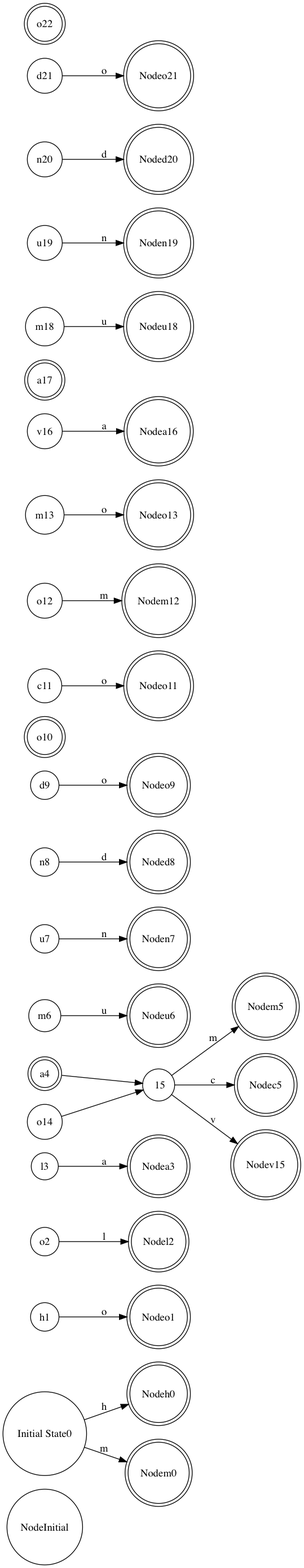
Before: dfa.png, a diagram exported from Graphviz (NicolasMoreno/MateDiscreta). Its source is kept beside it as dfa.dot.
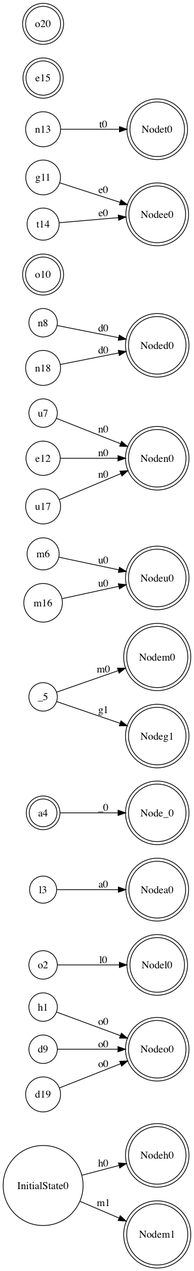
After the change.

Diff of the diagram source:
```diff
@@ -1,48 +1,44 @@
 digraph {
 	 rankdir = "LR";
-	 node [shape=circle] NodeInitial State0 [label ="Initial State0"];
+	 node [shape=circle] NodeInitialState0 [label ="InitialState0"];
 	 node [shape=circle] Nodeh1 [label ="h1"];
 	 node [shape=circle] Nodeo2 [label ="o2"];
 	 node [shape=circle] Nodel3 [label ="l3"];
 	 node [shape=doublecircle] Nodea4 [label ="a4"];
-	 node [shape=circle] Node_ [label =" 5"];
+	 node [shape=circle] Node_5 [label ="_5"];
 	 node [shape=circle] Nodem6 [label ="m6"];
 	 node [shape=circle] Nodeu7 [label ="u7"];
 	 node [shape=circle] Noden8 [label ="n8"];
 	 node [shape=circle] Noded9 [label ="d9"];
 	 node [shape=doublecircle] Nodeo10 [label ="o10"];
-	 node [shape=circle] Nodec11 [label ="c11"];
-	 node [shape=circle] Nodeo12 [label ="o12"];
-	 node [shape=circle] Nodem13 [label ="m13"];
-	 node [shape=circle] Nodeo14 [label ="o14"];
-	 node [shape=circle] Node_ [label =" 15"];
-	 node [shape=circle] Nodev16 [label ="v16"];
-	 node [shape=doublecircle] Nodea17 [label ="a17"];
-	 node [shape=circle] Nodem18 [label ="m18"];
-	 node [shape=circle] Nodeu19 [label ="u19"];
-	 node [shape=circle] Noden20 [label ="n20"];
-	 node [shape=circle] Noded21 [label ="d21"];
-	 node [shape=doublecircle] Nodeo22 [label ="o22"];
-	 NodeInitial State0 -> Nodeh0[label="h"];
-	 NodeInitial State0 -> Nodem0[label="m"];
-	 Nodeh1 -> Nodeo1[label="o"];
-	 Nodeo2 -> Nodel2[label="l"];
-	 Nodel3 -> Nodea3[label="a"];
-	 Nodea4 -> Node_[label=" "];
-	 Node_ -> Nodem5[label="m"];
-	 Node_ -> Nodec5[label="c"];
-	 Nodem6 -> Nodeu6[label="u"];
-	 Nodeu7 -> Noden7[label="n"];
-	 Noden8 -> Noded8[label="d"];
-	 Noded9 -> Nodeo9[label="o"];
-	 Nodec11 -> Nodeo11[label="o"];
-	 Nodeo12 -> Nodem12[label="m"];
-	 Nodem13 -> Nodeo13[label="o"];
-	 Nodeo14 -> Node_[label=" "];
-	 Node_ -> Nodev15[label="v"];
-	 Nodev16 -> Nodea16[label="a"];
-	 Nodem18 -> Nodeu18[label="u"];
-	 Nodeu19 -> Noden19[label="n"];
-	 Noden20 -> Noded20[label="d"];
-	 Noded21 -> Nodeo21[label="o"];
+	 node [shape=circle] Nodeg11 [label ="g11"];
+	 node [shape=circle] Nodee12 [label ="e12"];
+	 node [shape=circle] Noden13 [label ="n13"];
+	 node [shape=circle] Nodet14 [label ="t14"];
+	 node [shape=doublecircle] Nodee15 [label ="e15"];
+	 node [shape=circle] Nodem16 [label ="m16"];
+	 node [shape=circle] Nodeu17 [label ="u17"];
+	 node [shape=circle] Noden18 [label ="n18"];
+	 node [shape=circle] Noded19 [label ="d19"];
+	 node [shape=doublecircle] Nodeo20 [label ="o20"];
+	 NodeInitialState0 -> Nodeh0[label="h0"];
+	 NodeInitialState0 -> Nodem1[label="m1"];
+	 Nodeh1 -> Nodeo0[label="o0"];
+	 Nodeo2 -> Nodel0[label="l0"];
+	 Nodel3 -> Nodea0[label="a0"];
+	 Nodea4 -> Node_0[label="_0"];
+	 Node_5 -> Nodem0[label="m0"];
+	 Node_5 -> Nodeg1[label="g1"];
+	 Nodem6 -> Nodeu0[label="u0"];
+	 Nodeu7 -> Noden0[label="n0"];
+	 Noden8 -> Noded0[label="d0"];
+	 Noded9 -> Nodeo0[label="o0"];
+	 Nodeg11 -> Nodee0[label="e0"];
+	 Nodee12 -> Noden0[label="n0"];
+	 Noden13 -> Nodet0[label="t0"];
+	 Nodet14 -> Nodee0[label="e0"];
+	 Nodem16 -> Nodeu0[label="u0"];
+	 Nodeu17 -> Noden0[label="n0"];
+	 Noden18 -> Noded0[label="d0"];
+	 Noded19 -> Nodeo0[label="o0"];
 }
```
